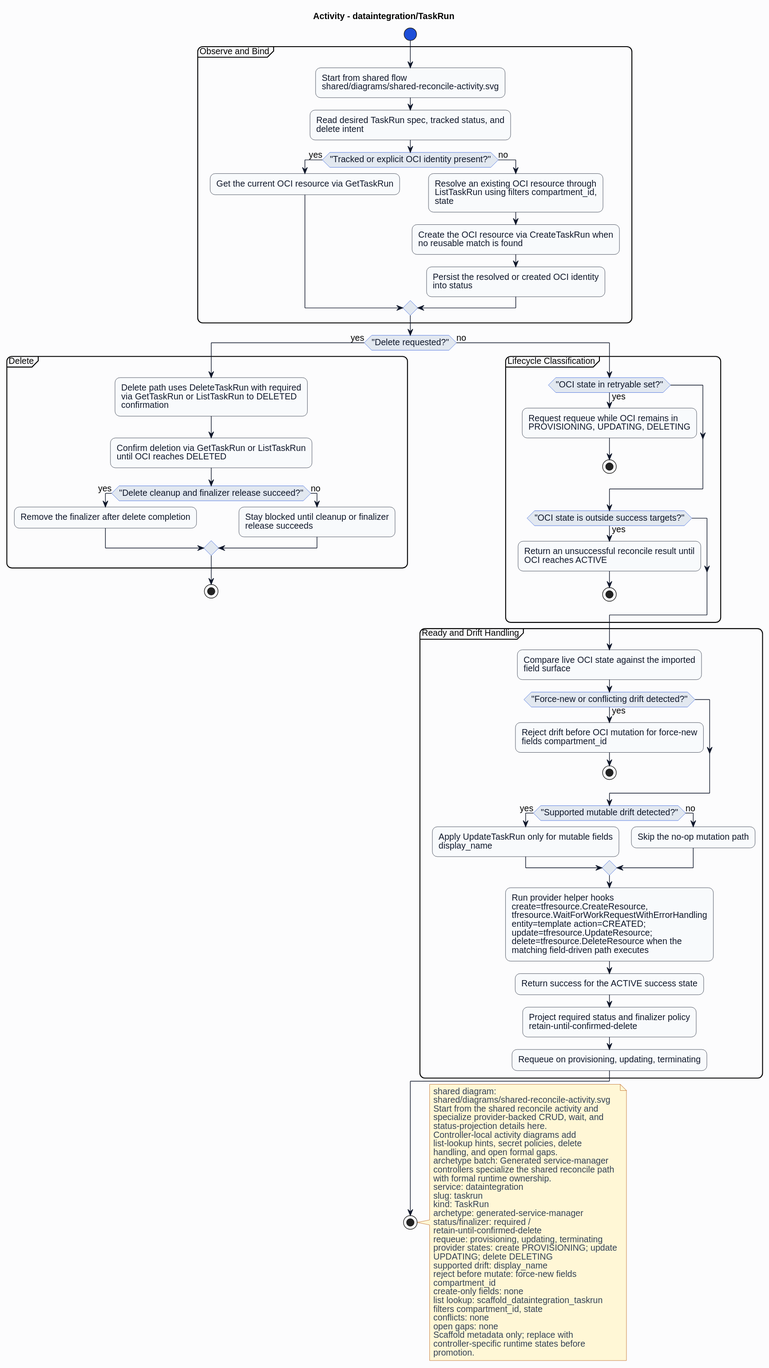
Above: formal/controllers/dataintegration/taskrun/diagrams/activity.svg in HaoyL666/oci-service-operator (PlantUML), before the change.
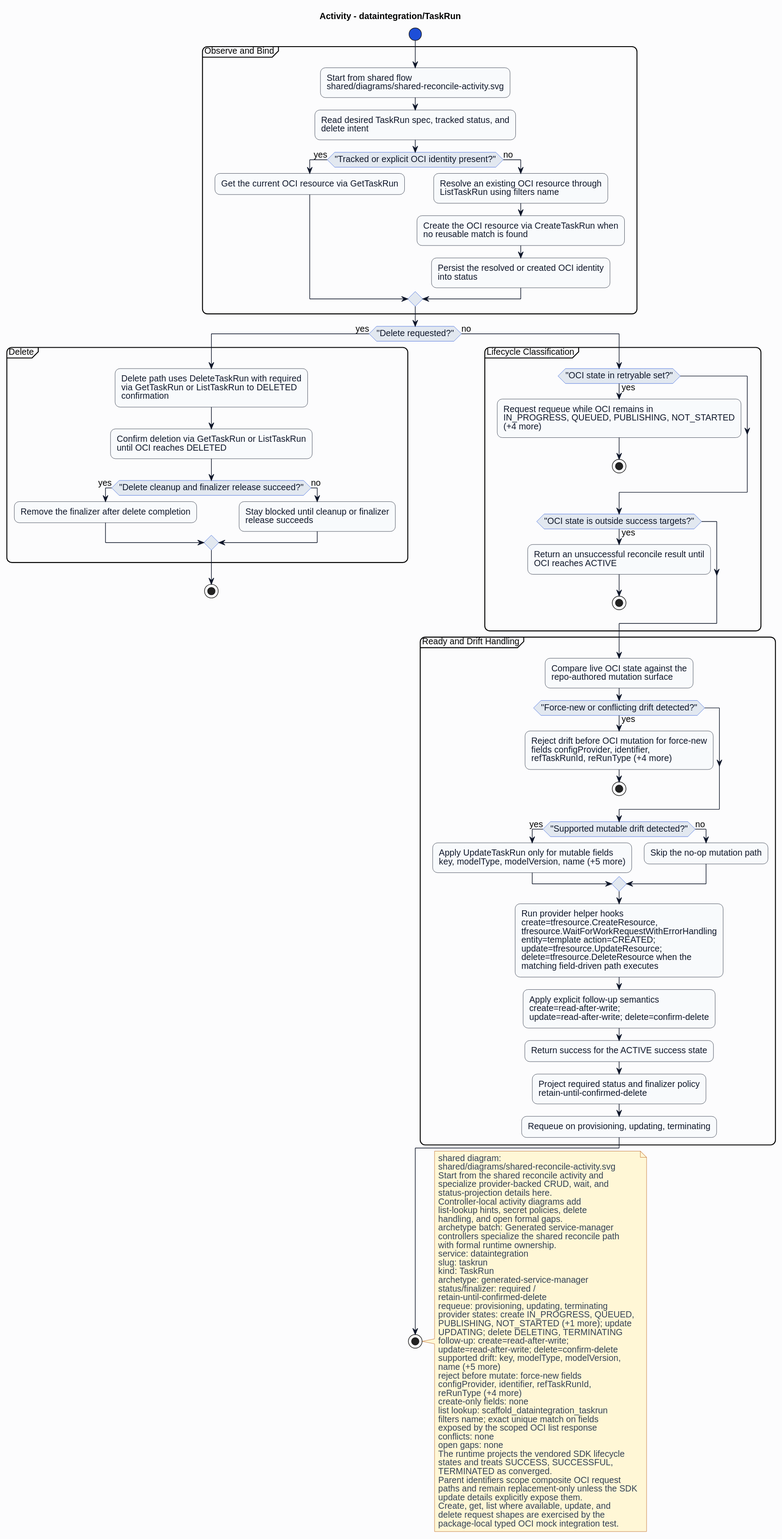
After the commit.

The edit, as a diff of the source:
```diff
@@ -27,7 +27,7 @@
 if ("Tracked or explicit OCI identity present?") then (yes)
 :Get the current OCI resource via GetTaskRun;
 else (no)
-:Resolve an existing OCI resource through\nListTaskRun using filters compartment_id,\nstate;
+:Resolve an existing OCI resource through\nListTaskRun using filters name;
 :Create the OCI resource via CreateTaskRun when\nno reusable match is found;
 :Persist the resolved or created OCI identity\ninto status;
 endif
@@ -46,7 +46,7 @@
 else (no)
 partition "Lifecycle Classification" {
 if ("OCI state in retryable set?") then (yes)
-:Request requeue while OCI remains in\nPROVISIONING, UPDATING, DELETING;
+:Request requeue while OCI remains in\nIN_PROGRESS, QUEUED, PUBLISHING, NOT_STARTED\n(+4 more);
 stop
 endif
 if ("OCI state is outside success targets?") then (yes)
@@ -55,17 +55,18 @@
 endif
 }
 partition "Ready and Drift Handling" {
-:Compare live OCI state against the imported\nfield surface;
+:Compare live OCI state against the\nrepo-authored mutation surface;
 if ("Force-new or conflicting drift detected?") then (yes)
-:Reject drift before OCI mutation for force-new\nfields compartment_id;
+:Reject drift before OCI mutation for force-new\nfields configProvider, identifier,\nrefTaskRunId, reRunType (+4 more);
 stop
 endif
 if ("Supported mutable drift detected?") then (yes)
-:Apply UpdateTaskRun only for mutable fields\ndisplay_name;
+:Apply UpdateTaskRun only for mutable fields\nkey, modelType, modelVersion, name (+5 more);
 else (no)
 :Skip the no-op mutation path;
 endif
 :Run provider helper hooks\ncreate=tfresource.CreateResource,\ntfresource.WaitForWorkRequestWithErrorHandling\nentity=template action=CREATED;\nupdate=tfresource.UpdateResource;\ndelete=tfresource.DeleteResource when the\nmatching field-driven path executes;
+:Apply explicit follow-up semantics\ncreate=read-after-write;\nupdate=read-after-write; delete=confirm-delete;
 :Return success for the ACTIVE success state;
 :Project required status and finalizer policy\nretain-until-confirmed-delete;
 :Requeue on provisioning, updating, terminating;
@@ -91,18 +92,30 @@
 status/finalizer: required /
 retain-until-confirmed-delete
 requeue: provisioning, updating, terminating
-provider states: create PROVISIONING; update
-UPDATING; delete DELETING
-supported drift: display_name
+provider states: create IN_PROGRESS, QUEUED,
+PUBLISHING, NOT_STARTED (+1 more); update
+UPDATING; delete DELETING, TERMINATING
+follow-up: create=read-after-write;
+update=read-after-write; delete=confirm-delete
+supported drift: key, modelType, modelVersion,
+name (+5 more)
 reject before mutate: force-new fields
-compartment_id
+configProvider, identifier, refTaskRunId,
+reRunType (+4 more)
 create-only fields: none
 list lookup: scaffold_dataintegration_taskrun
-filters compartment_id, state
+filters name; exact unique match on fields
+exposed by the scoped OCI list response
 conflicts: none
 open gaps: none
-Scaffold metadata only; replace with
-controller-specific runtime states before
-promotion.
+The runtime projects the vendored SDK lifecycle
+states and treats SUCCESS, SUCCESSFUL,
+TERMINATED as converged.
+Parent identifiers scope composite OCI request
+paths and remain replacement-only unless the SDK
+update details explicitly expose them.
+Create, get, list where available, update, and
+delete request shapes are exercised by the
+package-local typed OCI mock integration test.
 end note
 @enduml
```
